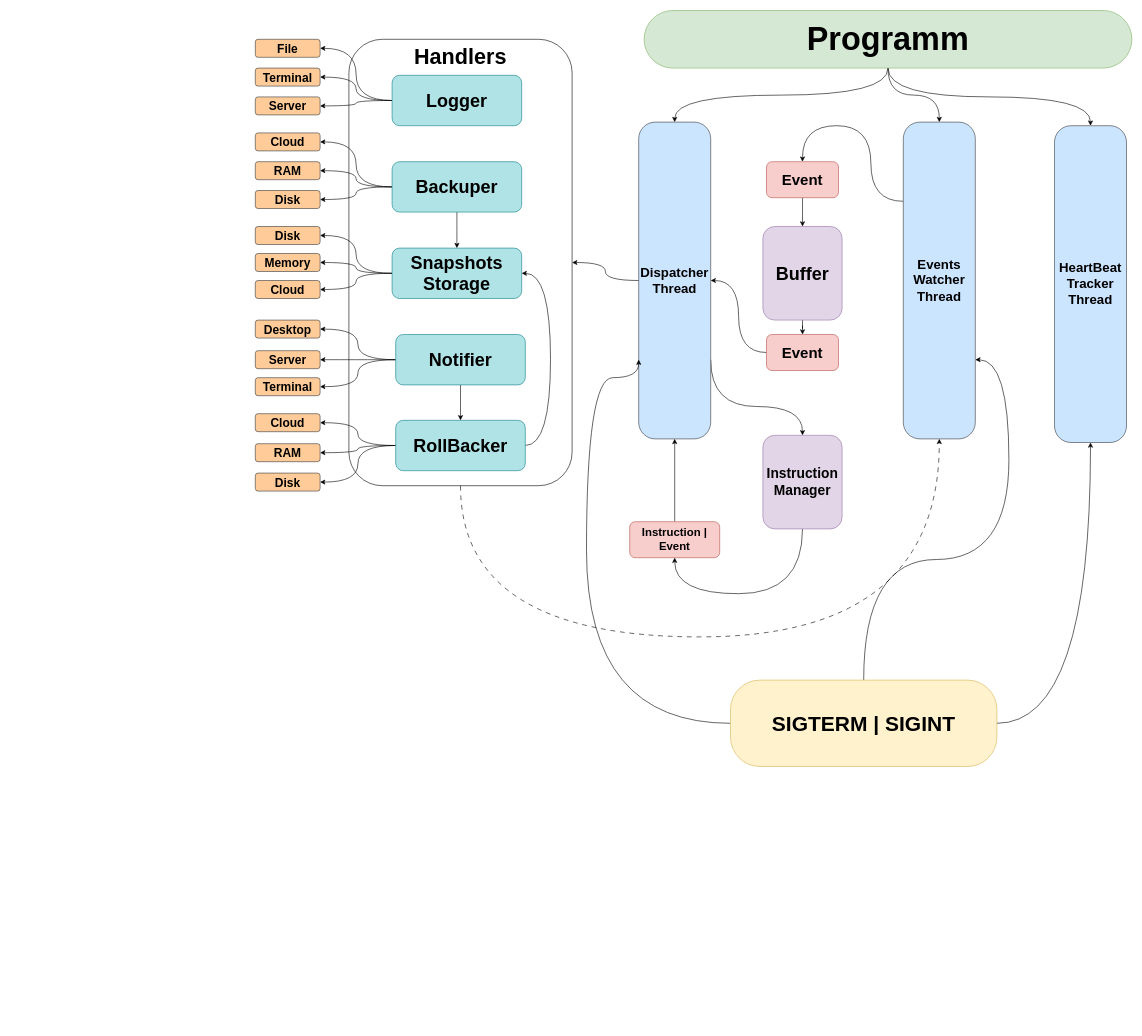
Umidjon-Kh/Python-Journey keeps this draw.io diagram as page "Page-3" (1 of 2) of vakt/pipeline/vakt.drawio. Above is the earlier version. Source tidied: cells renumbered, new cells numbered last; positions are measured from the earlier drawing's top-left corner, leaving out a move shared by most shapes. Both pictures are drawn from the tidied source at 60%, with x=0, y=0 at pixel (255, 10).
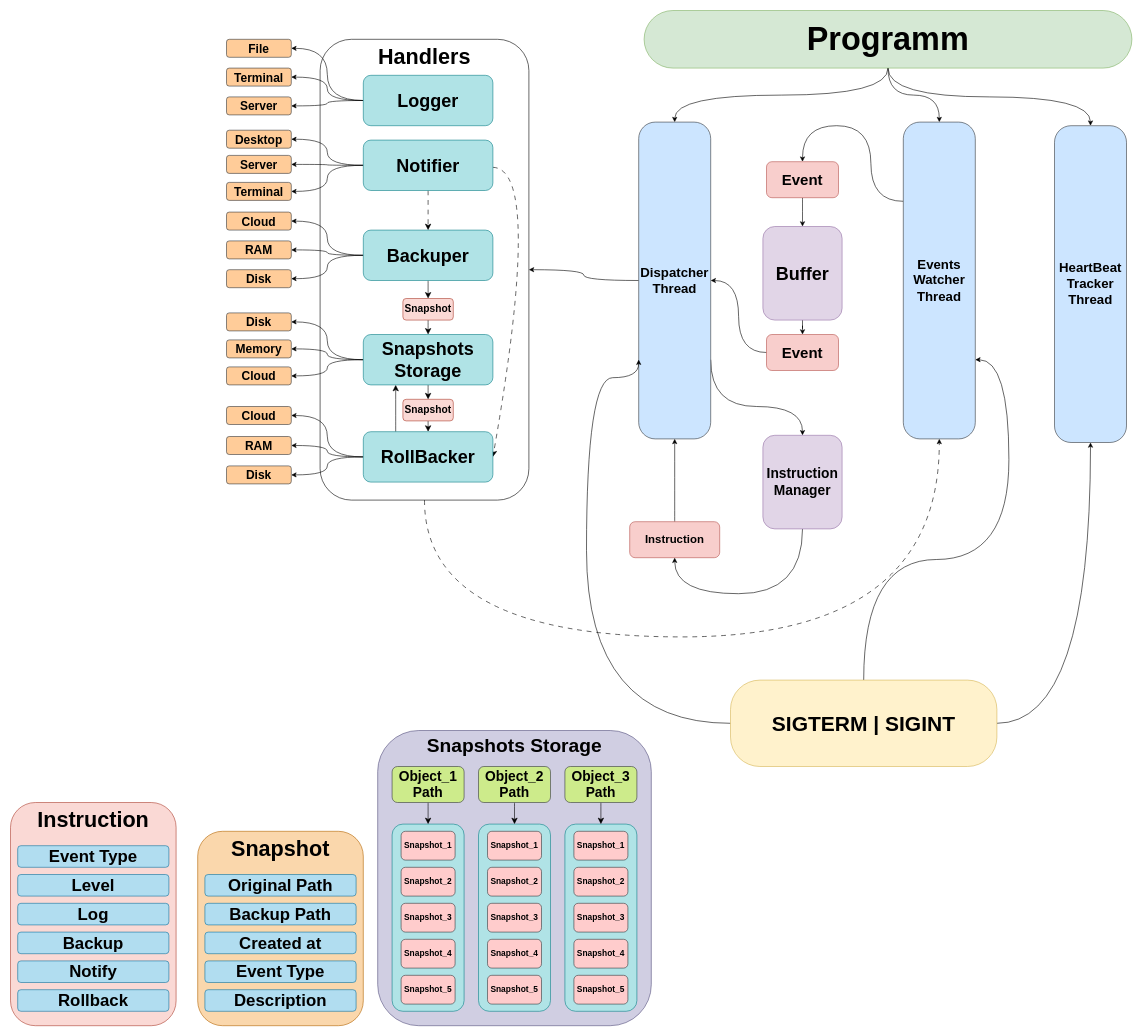
Above is the later version.

Commit message (it also covers changes not shown here):
updated vakt pipe lines

Unchanged cells that the change refers to:
```xml
<mxCell id="10" value="Events&lt;br&gt;Watcher&lt;br&gt;Thread" style="rounded=1;whiteSpace=wrap;html=1;fillColor=#cce5ff;strokeColor=#36393d;fontSize=22;fontStyle=1;arcSize=23;" parent="1" vertex="1">
  <mxGeometry x="1080" y="186" width="120" height="528" as="geometry" />
</mxCell>
```

The edit, as a diff of the source:
```diff
@@
-    <mxCell id="20" value="Instruction | Event" style="rounded=1;whiteSpace=wrap;html=1;fillColor=#f8cecc;strokeColor=#b85450;fontSize=19;fontStyle=1;direction=west;" parent="1" vertex="1">
+    <mxCell id="20" value="Instruction" style="rounded=1;whiteSpace=wrap;html=1;fillColor=#f8cecc;strokeColor=#b85450;fontSize=19;fontStyle=1;direction=west;" parent="1" vertex="1">
       <mxGeometry x="624" y="852" width="150" height="60" as="geometry" />
     </mxCell>
     <mxCell id="21" style="edgeStyle=orthogonalEdgeStyle;rounded=0;jettySize=auto;html=1;entryX=0.5;entryY=1;entryDx=0;entryDy=0;exitX=0.5;exitY=1;exitDx=0;exitDy=0;dashed=1;dashPattern=8 8;curved=1;" parent="1" edge="1" source="22" target="10">
       <mxGeometry relative="1" as="geometry">
         <Array as="points">
-          <mxPoint x="342" y="1044" />
+          <mxPoint x="282" y="1044" />
           <mxPoint x="1140" y="1044" />
         </Array>
       </mxGeometry>
     </mxCell>
     <mxCell id="22" value="Handlers" style="rounded=1;whiteSpace=wrap;html=1;fontStyle=1;verticalAlign=top;fontSize=36;fillColor=none;" parent="1" vertex="1">
-      <mxGeometry x="156" y="48" width="372" height="744" as="geometry" />
+      <mxGeometry x="108" y="48" width="348" height="768" as="geometry" />
     </mxCell>
@@
     <mxCell id="26" value="Logger" style="rounded=1;whiteSpace=wrap;html=1;fillColor=#b0e3e6;strokeColor=#0e8088;fontSize=30;fontStyle=1;" parent="1" vertex="1">
-      <mxGeometry x="228" y="108" width="216" height="84" as="geometry" />
+      <mxGeometry x="180" y="108" width="216" height="84" as="geometry" />
     </mxCell>
     <mxCell id="27" value="File" style="rounded=1;whiteSpace=wrap;html=1;fillColor=#ffcc99;strokeColor=#36393d;fontStyle=1;fontSize=20;" parent="1" vertex="1">
-      <mxGeometry y="48" width="108" height="30" as="geometry" />
+      <mxGeometry x="-48" y="48" width="108" height="30" as="geometry" />
     </mxCell>
@@
-    <mxCell id="31" style="edgeStyle=orthogonalEdgeStyle;rounded=0;jettySize=auto;html=1;entryX=0.5;entryY=0;entryDx=0;entryDy=0;curved=1;exitX=0.5;exitY=1;exitDx=0;exitDy=0;" parent="1" edge="1" source="32" target="61">
-      <mxGeometry relative="1" as="geometry" />
-    </mxCell>
+    <mxCell id="66" style="edgeStyle=none;curved=1;rounded=0;jettySize=auto;html=1;fontSize=12;startSize=8;endSize=8;" parent="1" edge="1" source="32" target="77">
+      <mxGeometry relative="1" as="geometry" />
+    </mxCell>
     <mxCell id="32" value="Backuper" style="rounded=1;whiteSpace=wrap;html=1;fillColor=#b0e3e6;strokeColor=#0e8088;fontSize=30;fontStyle=1;" parent="1" vertex="1">
-      <mxGeometry x="228" y="252" width="216" height="84" as="geometry" />
+      <mxGeometry x="180" y="366" width="216" height="84" as="geometry" />
     </mxCell>
@@
+    <mxCell id="67" style="edgeStyle=none;curved=1;rounded=0;jettySize=auto;html=1;entryX=0.5;entryY=0;entryDx=0;entryDy=0;fontSize=12;startSize=8;endSize=8;dashed=1;dashPattern=8 8;" parent="1" edge="1" source="37" target="32">
+      <mxGeometry relative="1" as="geometry" />
+    </mxCell>
-    <mxCell id="36" style="edgeStyle=orthogonalEdgeStyle;rounded=0;jettySize=auto;html=1;entryX=0.5;entryY=0;entryDx=0;entryDy=0;" parent="1" edge="1" source="37" target="50">
-      <mxGeometry relative="1" as="geometry" />
+    <mxCell id="36" style="edgeStyle=none;curved=1;rounded=0;jettySize=auto;html=1;entryX=1;entryY=0.5;entryDx=0;entryDy=0;fontSize=12;startSize=8;endSize=8;dashed=1;dashPattern=8 8;" parent="1" edge="1" source="37" target="50">
+      <mxGeometry relative="1" as="geometry">
+        <Array as="points">
+          <mxPoint x="480" y="264" />
+        </Array>
+      </mxGeometry>
     </mxCell>
     <mxCell id="37" value="Notifier" style="rounded=1;whiteSpace=wrap;html=1;fillColor=#b0e3e6;strokeColor=#0e8088;fontSize=30;fontStyle=1;" parent="1" vertex="1">
-      <mxGeometry x="234" y="540" width="216" height="84" as="geometry" />
+      <mxGeometry x="180" y="216" width="216" height="84" as="geometry" />
     </mxCell>
     <mxCell id="38" value="Terminal" style="rounded=1;whiteSpace=wrap;html=1;fillColor=#ffcc99;strokeColor=#36393d;fontStyle=1;fontSize=20;" parent="1" vertex="1">
-      <mxGeometry y="96" width="108" height="30" as="geometry" />
+      <mxGeometry x="-48" y="96" width="108" height="30" as="geometry" />
     </mxCell>
     <mxCell id="39" value="Server" style="rounded=1;whiteSpace=wrap;html=1;fillColor=#ffcc99;strokeColor=#36393d;fontStyle=1;fontSize=20;" parent="1" vertex="1">
-      <mxGeometry y="144" width="108" height="30" as="geometry" />
+      <mxGeometry x="-48" y="144" width="108" height="30" as="geometry" />
     </mxCell>
     <mxCell id="40" value="Cloud" style="rounded=1;whiteSpace=wrap;html=1;fillColor=#ffcc99;strokeColor=#36393d;fontStyle=1;fontSize=20;" parent="1" vertex="1">
-      <mxGeometry y="204" width="108" height="30" as="geometry" />
+      <mxGeometry x="-48" y="336" width="108" height="30" as="geometry" />
     </mxCell>
     <mxCell id="41" value="RAM" style="rounded=1;whiteSpace=wrap;html=1;fillColor=#ffcc99;strokeColor=#36393d;fontStyle=1;fontSize=20;" parent="1" vertex="1">
-      <mxGeometry y="252" width="108" height="30" as="geometry" />
+      <mxGeometry x="-48" y="384" width="108" height="30" as="geometry" />
     </mxCell>
     <mxCell id="42" value="Disk" style="rounded=1;whiteSpace=wrap;html=1;fillColor=#ffcc99;strokeColor=#36393d;fontStyle=1;fontSize=20;" parent="1" vertex="1">
-      <mxGeometry y="300" width="108" height="30" as="geometry" />
+      <mxGeometry x="-48" y="432" width="108" height="30" as="geometry" />
     </mxCell>
     <mxCell id="43" value="Desktop" style="rounded=1;whiteSpace=wrap;html=1;fillColor=#ffcc99;strokeColor=#36393d;fontStyle=1;fontSize=20;" parent="1" vertex="1">
-      <mxGeometry y="516" width="108" height="30" as="geometry" />
+      <mxGeometry x="-48" y="199.5" width="108" height="30" as="geometry" />
     </mxCell>
     <mxCell id="44" value="Server" style="rounded=1;whiteSpace=wrap;html=1;fillColor=#ffcc99;strokeColor=#36393d;fontStyle=1;fontSize=20;" parent="1" vertex="1">
-      <mxGeometry y="567" width="108" height="30" as="geometry" />
+      <mxGeometry x="-48" y="241.5" width="108" height="30" as="geometry" />
     </mxCell>
     <mxCell id="45" value="Terminal" style="rounded=1;whiteSpace=wrap;html=1;fillColor=#ffcc99;strokeColor=#36393d;fontStyle=1;fontSize=20;" parent="1" vertex="1">
-      <mxGeometry y="612" width="108" height="30" as="geometry" />
+      <mxGeometry x="-48" y="286.5" width="108" height="30" as="geometry" />
     </mxCell>
@@
-    <mxCell id="49" style="edgeStyle=orthogonalEdgeStyle;rounded=0;jettySize=auto;html=1;exitX=1;exitY=0.5;exitDx=0;exitDy=0;entryX=1;entryY=0.5;entryDx=0;entryDy=0;curved=1;" parent="1" edge="1" source="50" target="61">
-      <mxGeometry relative="1" as="geometry">
-        <Array as="points">
-          <mxPoint x="492" y="725" />
-          <mxPoint x="492" y="438" />
-        </Array>
-      </mxGeometry>
+    <mxCell id="49" style="edgeStyle=none;curved=1;rounded=0;jettySize=auto;html=1;exitX=0.25;exitY=0;exitDx=0;exitDy=0;entryX=0.25;entryY=1;entryDx=0;entryDy=0;fontSize=12;startSize=8;endSize=8;" parent="1" edge="1" source="50" target="61">
+      <mxGeometry relative="1" as="geometry" />
     </mxCell>
     <mxCell id="50" value="RollBacker" style="rounded=1;whiteSpace=wrap;html=1;fillColor=#b0e3e6;strokeColor=#0e8088;fontSize=30;fontStyle=1;" parent="1" vertex="1">
-      <mxGeometry x="234" y="683" width="216" height="84" as="geometry" />
+      <mxGeometry x="180" y="702" width="216" height="84" as="geometry" />
     </mxCell>
     <mxCell id="51" value="Cloud" style="rounded=1;whiteSpace=wrap;html=1;fillColor=#ffcc99;strokeColor=#36393d;fontStyle=1;fontSize=20;" parent="1" vertex="1">
-      <mxGeometry y="672" width="108" height="30" as="geometry" />
+      <mxGeometry x="-48" y="660" width="108" height="30" as="geometry" />
     </mxCell>
     <mxCell id="52" value="Disk" style="rounded=1;whiteSpace=wrap;html=1;fillColor=#ffcc99;strokeColor=#36393d;fontStyle=1;fontSize=20;" parent="1" vertex="1">
-      <mxGeometry y="771" width="108" height="30" as="geometry" />
+      <mxGeometry x="-48" y="759" width="108" height="30" as="geometry" />
     </mxCell>
     <mxCell id="53" value="RAM" style="rounded=1;whiteSpace=wrap;html=1;fillColor=#ffcc99;strokeColor=#36393d;fontStyle=1;fontSize=20;" parent="1" vertex="1">
-      <mxGeometry y="722" width="108" height="30" as="geometry" />
+      <mxGeometry x="-48" y="710" width="108" height="30" as="geometry" />
     </mxCell>
@@
+    <mxCell id="68" style="edgeStyle=none;curved=1;rounded=0;jettySize=auto;html=1;entryX=0.5;entryY=0;entryDx=0;entryDy=0;fontSize=12;startSize=8;endSize=8;" parent="1" edge="1" source="61" target="79">
+      <mxGeometry relative="1" as="geometry" />
+    </mxCell>
     <mxCell id="61" value="Snapshots&lt;br&gt;Storage" style="rounded=1;whiteSpace=wrap;html=1;fillColor=#b0e3e6;strokeColor=#0e8088;fontSize=30;fontStyle=1;" parent="1" vertex="1">
-      <mxGeometry x="228" y="396" width="216" height="84" as="geometry" />
+      <mxGeometry x="180" y="540" width="216" height="84" as="geometry" />
     </mxCell>
     <mxCell id="62" value="Disk" style="rounded=1;whiteSpace=wrap;html=1;fillColor=#ffcc99;strokeColor=#36393d;fontStyle=1;fontSize=20;" parent="1" vertex="1">
-      <mxGeometry y="360" width="108" height="30" as="geometry" />
+      <mxGeometry x="-48" y="504" width="108" height="30" as="geometry" />
     </mxCell>
     <mxCell id="63" value="Memory" style="rounded=1;whiteSpace=wrap;html=1;fillColor=#ffcc99;strokeColor=#36393d;fontStyle=1;fontSize=20;" parent="1" vertex="1">
-      <mxGeometry y="405" width="108" height="30" as="geometry" />
+      <mxGeometry x="-48" y="549" width="108" height="30" as="geometry" />
     </mxCell>
     <mxCell id="64" value="Cloud" style="rounded=1;whiteSpace=wrap;html=1;fillColor=#ffcc99;strokeColor=#36393d;fontStyle=1;fontSize=20;" parent="1" vertex="1">
-      <mxGeometry y="450" width="108" height="30" as="geometry" />
+      <mxGeometry x="-48" y="594" width="108" height="30" as="geometry" />
     </mxCell>
@@
+    <mxCell id="69" value="Instruction" style="rounded=1;whiteSpace=wrap;html=1;fillColor=#fad9d5;strokeColor=#ae4132;fontStyle=1;verticalAlign=top;fontSize=36;" parent="1" vertex="1">
+      <mxGeometry x="-408" y="1320" width="276" height="372" as="geometry" />
+    </mxCell>
+    <mxCell id="70" value="Event Type" style="rounded=1;whiteSpace=wrap;html=1;fillColor=#b1ddf0;strokeColor=#10739e;fontStyle=1;fontSize=28;" parent="1" vertex="1">
+      <mxGeometry x="-396" y="1392" width="252" height="36" as="geometry" />
+    </mxCell>
+    <mxCell id="71" value="Backup" style="rounded=1;whiteSpace=wrap;html=1;fillColor=#b1ddf0;strokeColor=#10739e;fontStyle=1;fontSize=28;" parent="1" vertex="1">
+      <mxGeometry x="-396" y="1536" width="252" height="36" as="geometry" />
+    </mxCell>
+    <mxCell id="72" value="Rollback" style="rounded=1;whiteSpace=wrap;html=1;fillColor=#b1ddf0;strokeColor=#10739e;fontStyle=1;fontSize=28;" parent="1" vertex="1">
+      <mxGeometry x="-396" y="1632" width="252" height="36" as="geometry" />
+    </mxCell>
+    <mxCell id="73" value="Log" style="rounded=1;whiteSpace=wrap;html=1;fillColor=#b1ddf0;strokeColor=#10739e;fontStyle=1;fontSize=28;" parent="1" vertex="1">
+      <mxGeometry x="-396" y="1488" width="252" height="36" as="geometry" />
+    </mxCell>
+    <mxCell id="74" value="Notify" style="rounded=1;whiteSpace=wrap;html=1;fillColor=#b1ddf0;strokeColor=#10739e;fontStyle=1;fontSize=28;" parent="1" vertex="1">
+      <mxGeometry x="-396" y="1584" width="252" height="36" as="geometry" />
+    </mxCell>
+    <mxCell id="75" value="Level" style="rounded=1;whiteSpace=wrap;html=1;fillColor=#b1ddf0;strokeColor=#10739e;fontStyle=1;fontSize=28;" parent="1" vertex="1">
+      <mxGeometry x="-396" y="1440" width="252" height="36" as="geometry" />
+    </mxCell>
+    <mxCell id="76" style="edgeStyle=none;curved=1;rounded=0;jettySize=auto;html=1;entryX=0.5;entryY=0;entryDx=0;entryDy=0;fontSize=12;startSize=8;endSize=8;" parent="1" edge="1" source="77" target="61">
+      <mxGeometry relative="1" as="geometry" />
+    </mxCell>
+    <mxCell id="77" value="Snapshot" style="rounded=1;whiteSpace=wrap;html=1;fillColor=#fad9d5;strokeColor=#ae4132;fontStyle=1;fontSize=17;" parent="1" vertex="1">
+      <mxGeometry x="246" y="480" width="84" height="36" as="geometry" />
+    </mxCell>
+    <mxCell id="78" style="edgeStyle=none;curved=1;rounded=0;jettySize=auto;html=1;entryX=0.5;entryY=0;entryDx=0;entryDy=0;fontSize=12;startSize=8;endSize=8;" parent="1" edge="1" target="50">
+      <mxGeometry relative="1" as="geometry">
+        <mxPoint x="288" y="672" as="sourcePoint" />
+      </mxGeometry>
+    </mxCell>
+    <mxCell id="79" value="Snapshot" style="rounded=1;whiteSpace=wrap;html=1;fillColor=#fad9d5;strokeColor=#ae4132;fontStyle=1;fontSize=17;" parent="1" vertex="1">
+      <mxGeometry x="246" y="648" width="84" height="36" as="geometry" />
+    </mxCell>
+    <mxCell id="80" value="Snapshot" style="rounded=1;whiteSpace=wrap;html=1;fillColor=#fad7ac;strokeColor=#b46504;fontStyle=1;verticalAlign=top;fontSize=36;" parent="1" vertex="1">
+      <mxGeometry x="-96" y="1368" width="276" height="324" as="geometry" />
+    </mxCell>
+    <mxCell id="81" value="Original Path" style="rounded=1;whiteSpace=wrap;html=1;fillColor=#b1ddf0;strokeColor=#10739e;fontStyle=1;fontSize=28;" parent="1" vertex="1">
+      <mxGeometry x="-84" y="1440" width="252" height="36" as="geometry" />
+    </mxCell>
+    <mxCell id="82" value="Backup Path" style="rounded=1;whiteSpace=wrap;html=1;fillColor=#b1ddf0;strokeColor=#10739e;fontStyle=1;fontSize=28;" parent="1" vertex="1">
+      <mxGeometry x="-84" y="1488" width="252" height="36" as="geometry" />
+    </mxCell>
+    <mxCell id="83" value="Created at" style="rounded=1;whiteSpace=wrap;html=1;fillColor=#b1ddf0;strokeColor=#10739e;fontStyle=1;fontSize=28;" parent="1" vertex="1">
+      <mxGeometry x="-84" y="1536" width="252" height="36" as="geometry" />
+    </mxCell>
+    <mxCell id="84" value="Event Type" style="rounded=1;whiteSpace=wrap;html=1;fillColor=#b1ddf0;strokeColor=#10739e;fontStyle=1;fontSize=28;" parent="1" vertex="1">
+      <mxGeometry x="-84" y="1584" width="252" height="36" as="geometry" />
+    </mxCell>
+    <mxCell id="85" value="Description" style="rounded=1;whiteSpace=wrap;html=1;fillColor=#b1ddf0;strokeColor=#10739e;fontStyle=1;fontSize=28;" parent="1" vertex="1">
+      <mxGeometry x="-84" y="1632" width="252" height="36" as="geometry" />
+    </mxCell>
+    <mxCell id="86" value="Snapshots Storage" style="rounded=1;whiteSpace=wrap;html=1;fillColor=#d0cee2;strokeColor=#56517e;fontStyle=1;verticalAlign=top;fontSize=32;" parent="1" vertex="1">
+      <mxGeometry x="204" y="1200" width="456" height="492" as="geometry" />
+    </mxCell>
+    <mxCell id="87" style="rounded=1;whiteSpace=wrap;html=1;fillColor=#b0e3e6;strokeColor=#0e8088;" parent="1" vertex="1">
+      <mxGeometry x="228" y="1356" width="120" height="312" as="geometry" />
+    </mxCell>
+    <mxCell id="88" style="edgeStyle=none;curved=1;rounded=0;jettySize=auto;html=1;entryX=0.5;entryY=0;entryDx=0;entryDy=0;fontSize=12;startSize=8;endSize=8;" parent="1" edge="1" source="89" target="87">
+      <mxGeometry relative="1" as="geometry" />
+    </mxCell>
+    <mxCell id="89" value="Object_1&lt;div&gt;Path&lt;/div&gt;" style="rounded=1;whiteSpace=wrap;html=1;fillColor=#cdeb8b;strokeColor=#36393d;fontStyle=1;fontSize=23;" parent="1" vertex="1">
+      <mxGeometry x="228" y="1260" width="120" height="60" as="geometry" />
+    </mxCell>
+    <mxCell id="90" value="Snapshot_1" style="rounded=1;whiteSpace=wrap;html=1;fillColor=#ffcccc;strokeColor=#36393d;fontStyle=1;fontSize=14;" parent="1" vertex="1">
+      <mxGeometry x="243" y="1368" width="90" height="48" as="geometry" />
+    </mxCell>
+    <mxCell id="91" value="Snapshot_2" style="rounded=1;whiteSpace=wrap;html=1;fillColor=#ffcccc;strokeColor=#36393d;fontStyle=1;fontSize=14;" parent="1" vertex="1">
+      <mxGeometry x="243" y="1428" width="90" height="48" as="geometry" />
+    </mxCell>
+    <mxCell id="92" value="Snapshot_3" style="rounded=1;whiteSpace=wrap;html=1;fillColor=#ffcccc;strokeColor=#36393d;fontStyle=1;fontSize=14;" parent="1" vertex="1">
+      <mxGeometry x="243" y="1488" width="90" height="48" as="geometry" />
+    </mxCell>
+    <mxCell id="93" value="Snapshot_4" style="rounded=1;whiteSpace=wrap;html=1;fillColor=#ffcccc;strokeColor=#36393d;fontStyle=1;fontSize=14;" parent="1" vertex="1">
+      <mxGeometry x="243" y="1548" width="90" height="48" as="geometry" />
+    </mxCell>
+    <mxCell id="94" value="Snapshot_5" style="rounded=1;whiteSpace=wrap;html=1;fillColor=#ffcccc;strokeColor=#36393d;fontStyle=1;fontSize=14;" parent="1" vertex="1">
+      <mxGeometry x="243" y="1608" width="90" height="48" as="geometry" />
+    </mxCell>
+    <mxCell id="95" style="rounded=1;whiteSpace=wrap;html=1;fillColor=#b0e3e6;strokeColor=#0e8088;" parent="1" vertex="1">
+      <mxGeometry x="372" y="1356" width="120" height="312" as="geometry" />
+    </mxCell>
+    <mxCell id="96" style="edgeStyle=none;curved=1;rounded=0;jettySize=auto;html=1;entryX=0.5;entryY=0;entryDx=0;entryDy=0;fontSize=12;startSize=8;endSize=8;" parent="1" edge="1" source="97" target="95">
+      <mxGeometry relative="1" as="geometry" />
+    </mxCell>
+    <mxCell id="97" value="Object_2&lt;div&gt;Path&lt;/div&gt;" style="rounded=1;whiteSpace=wrap;html=1;fillColor=#cdeb8b;strokeColor=#36393d;fontStyle=1;fontSize=23;" parent="1" vertex="1">
+      <mxGeometry x="372" y="1260" width="120" height="60" as="geometry" />
+    </mxCell>
+    <mxCell id="98" value="Snapshot_1" style="rounded=1;whiteSpace=wrap;html=1;fillColor=#ffcccc;strokeColor=#36393d;fontStyle=1;fontSize=14;" parent="1" vertex="1">
+      <mxGeometry x="387" y="1368" width="90" height="48" as="geometry" />
+    </mxCell>
+    <mxCell id="99" value="Snapshot_2" style="rounded=1;whiteSpace=wrap;html=1;fillColor=#ffcccc;strokeColor=#36393d;fontStyle=1;fontSize=14;" parent="1" vertex="1">
+      <mxGeometry x="387" y="1428" width="90" height="48" as="geometry" />
+    </mxCell>
+    <mxCell id="100" value="Snapshot_3" style="rounded=1;whiteSpace=wrap;html=1;fillColor=#ffcccc;strokeColor=#36393d;fontStyle=1;fontSize=14;" parent="1" vertex="1">
+      <mxGeometry x="387" y="1488" width="90" height="48" as="geometry" />
+    </mxCell>
+    <mxCell id="101" value="Snapshot_4" style="rounded=1;whiteSpace=wrap;html=1;fillColor=#ffcccc;strokeColor=#36393d;fontStyle=1;fontSize=14;" parent="1" vertex="1">
+      <mxGeometry x="387" y="1548" width="90" height="48" as="geometry" />
+    </mxCell>
+    <mxCell id="102" value="Snapshot_5" style="rounded=1;whiteSpace=wrap;html=1;fillColor=#ffcccc;strokeColor=#36393d;fontStyle=1;fontSize=14;" parent="1" vertex="1">
+      <mxGeometry x="387" y="1608" width="90" height="48" as="geometry" />
+    </mxCell>
+    <mxCell id="103" style="rounded=1;whiteSpace=wrap;html=1;fillColor=#b0e3e6;strokeColor=#0e8088;" parent="1" vertex="1">
+      <mxGeometry x="516" y="1356" width="120" height="312" as="geometry" />
+    </mxCell>
+    <mxCell id="104" style="edgeStyle=none;curved=1;rounded=0;jettySize=auto;html=1;entryX=0.5;entryY=0;entryDx=0;entryDy=0;fontSize=12;startSize=8;endSize=8;" parent="1" edge="1" source="105" target="103">
+      <mxGeometry relative="1" as="geometry" />
+    </mxCell>
+    <mxCell id="105" value="Object_3&lt;div&gt;Path&lt;/div&gt;" style="rounded=1;whiteSpace=wrap;html=1;fillColor=#cdeb8b;strokeColor=#36393d;fontStyle=1;fontSize=23;" parent="1" vertex="1">
+      <mxGeometry x="516" y="1260" width="120" height="60" as="geometry" />
+    </mxCell>
+    <mxCell id="106" value="Snapshot_1" style="rounded=1;whiteSpace=wrap;html=1;fillColor=#ffcccc;strokeColor=#36393d;fontStyle=1;fontSize=14;" parent="1" vertex="1">
+      <mxGeometry x="531" y="1368" width="90" height="48" as="geometry" />
+    </mxCell>
+    <mxCell id="107" value="Snapshot_2" style="rounded=1;whiteSpace=wrap;html=1;fillColor=#ffcccc;strokeColor=#36393d;fontStyle=1;fontSize=14;" parent="1" vertex="1">
+      <mxGeometry x="531" y="1428" width="90" height="48" as="geometry" />
+    </mxCell>
+    <mxCell id="108" value="Snapshot_3" style="rounded=1;whiteSpace=wrap;html=1;fillColor=#ffcccc;strokeColor=#36393d;fontStyle=1;fontSize=14;" parent="1" vertex="1">
+      <mxGeometry x="531" y="1488" width="90" height="48" as="geometry" />
+    </mxCell>
+    <mxCell id="109" value="Snapshot_4" style="rounded=1;whiteSpace=wrap;html=1;fillColor=#ffcccc;strokeColor=#36393d;fontStyle=1;fontSize=14;" parent="1" vertex="1">
+      <mxGeometry x="531" y="1548" width="90" height="48" as="geometry" />
+    </mxCell>
+    <mxCell id="110" value="Snapshot_5" style="rounded=1;whiteSpace=wrap;html=1;fillColor=#ffcccc;strokeColor=#36393d;fontStyle=1;fontSize=14;" parent="1" vertex="1">
+      <mxGeometry x="531" y="1608" width="90" height="48" as="geometry" />
+    </mxCell>
```
